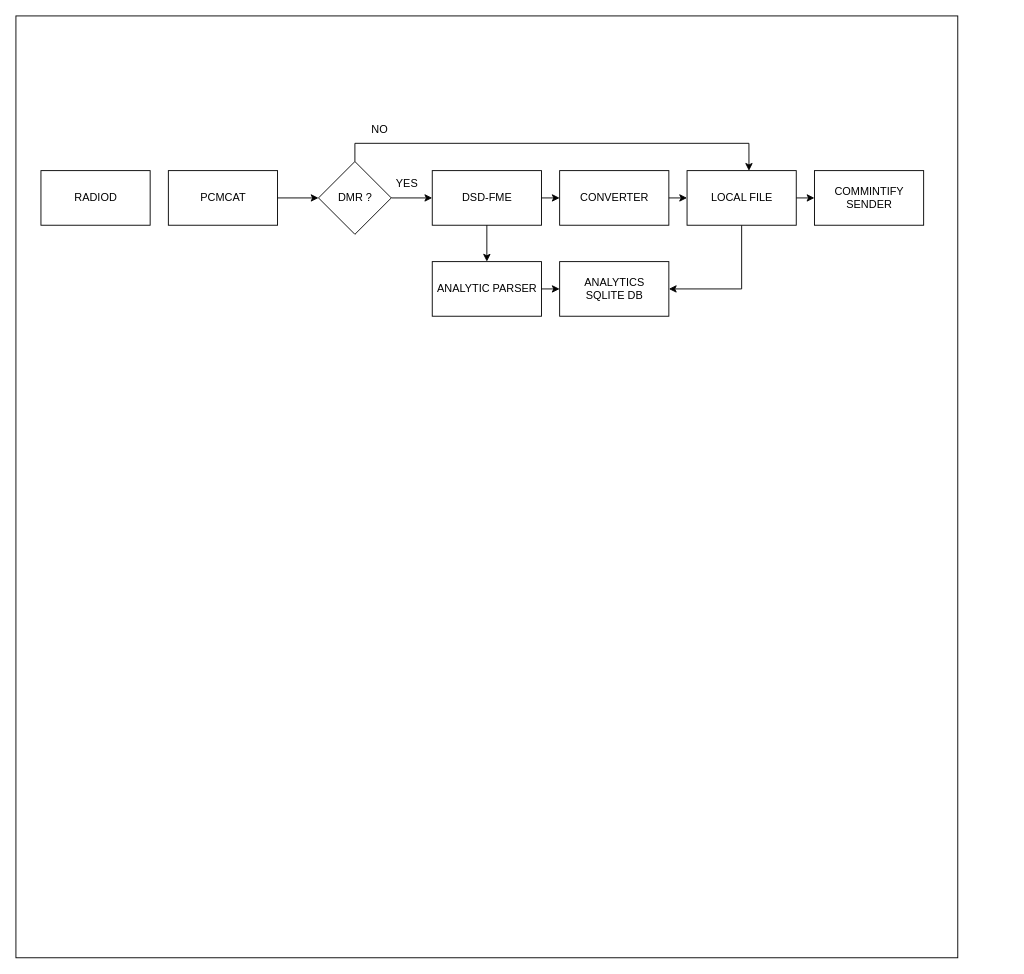
sandric/diagrams keeps this draw.io diagram as Untitled Diagram.drawio. Above is the earlier version. Source tidied: cells renumbered, new cells numbered last; positions are measured from the earlier drawing's top-left corner, leaving out a move shared by most shapes. Both pictures are drawn from the tidied source at 91%, with x=0, y=0 at pixel (15, 15).
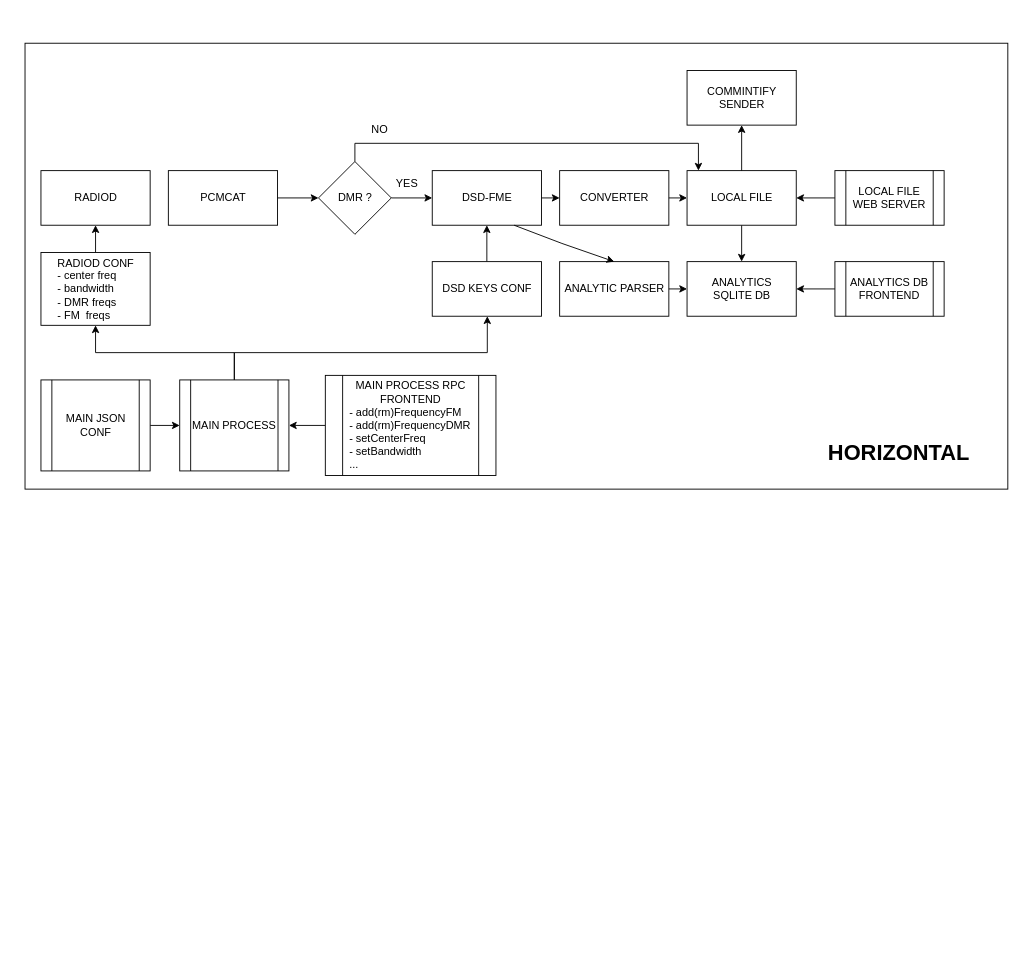
The same page after the edit.

Unchanged cells that the change refers to:
```xml
<mxCell id="3" value="RADIOD" style="rounded=0;whiteSpace=wrap;html=1;" parent="1" vertex="1">
  <mxGeometry x="27.5" y="170" width="120" height="60" as="geometry" />
</mxCell>
<mxCell id="5" value="&lt;div&gt;DSD-FME&lt;/div&gt;" style="rounded=0;whiteSpace=wrap;html=1;" parent="1" vertex="1">
  <mxGeometry x="457.5" y="170" width="120" height="60" as="geometry" />
</mxCell>
<mxCell id="8" value="DMR ?" style="rhombus;whiteSpace=wrap;html=1;" parent="1" vertex="1">
  <mxGeometry x="332.5" y="160" width="80" height="80" as="geometry" />
</mxCell>
<mxCell id="14" value="&lt;div&gt;LOCAL FILE&lt;/div&gt;" style="rounded=0;whiteSpace=wrap;html=1;" parent="1" vertex="1">
  <mxGeometry x="737.5" y="170" width="120" height="60" as="geometry" />
</mxCell>
```

Change to the diagram source:
```diff
@@
-    <mxCell id="2" style="whiteSpace=wrap;html=1;" parent="1" vertex="1">
-      <mxGeometry width="1035" height="1035" as="geometry" />
-    </mxCell>
@@
     <mxCell id="7" value="&lt;div&gt;COMMINTIFY SENDER&lt;/div&gt;" style="rounded=0;whiteSpace=wrap;html=1;" parent="1" vertex="1">
-      <mxGeometry x="877.5" y="170" width="120" height="60" as="geometry" />
+      <mxGeometry x="737.5" y="60" width="120" height="60" as="geometry" />
     </mxCell>
@@
     <mxCell id="10" value="&lt;div&gt;ANALYTIC PARSER&lt;/div&gt;" style="rounded=0;whiteSpace=wrap;html=1;" parent="1" vertex="1">
-      <mxGeometry x="457.5" y="270" width="120" height="60" as="geometry" />
+      <mxGeometry x="597.5" y="270" width="120" height="60" as="geometry" />
     </mxCell>
     <mxCell id="11" value="&lt;div&gt;ANALYTICS&lt;br&gt;SQLITE DB&lt;/div&gt;" style="rounded=0;whiteSpace=wrap;html=1;" parent="1" vertex="1">
-      <mxGeometry x="597.5" y="270" width="120" height="60" as="geometry" />
+      <mxGeometry x="737.5" y="270" width="120" height="60" as="geometry" />
     </mxCell>
@@
-    <mxCell id="13" style="edgeStyle=orthogonalEdgeStyle;rounded=0;jettySize=auto;html=1;exitX=0.5;exitY=1;exitDx=0;exitDy=0;entryX=1;entryY=0.5;entryDx=0;entryDy=0;" parent="1" edge="1" source="14" target="11">
+    <mxCell id="13" style="edgeStyle=orthogonalEdgeStyle;rounded=0;jettySize=auto;html=1;exitX=0.5;exitY=1;exitDx=0;exitDy=0;entryX=0.5;entryY=0;entryDx=0;entryDy=0;" parent="1" edge="1" source="14" target="11">
       <mxGeometry relative="1" as="geometry" />
     </mxCell>
@@
-    <mxCell id="15" style="endArrow=classic;html=1;rounded=0;exitX=0.5;exitY=1;exitDx=0;exitDy=0;" parent="1" edge="1" source="5">
+    <mxCell id="15" style="endArrow=classic;html=1;rounded=0;exitX=0.75;exitY=1;exitDx=0;exitDy=0;entryX=0.5;entryY=0;entryDx=0;entryDy=0;" parent="1" edge="1" source="5" target="10">
       <mxGeometry relative="1" as="geometry">
-        <mxPoint x="517.5" y="270" as="targetPoint" />
+        <Array as="points">
+          <mxPoint x="600" y="250" />
+        </Array>
       </mxGeometry>
     </mxCell>
@@
-    <mxCell id="19" style="endArrow=classic;html=1;rounded=0;exitX=1;exitY=0.5;exitDx=0;exitDy=0;" parent="1" edge="1" source="14" target="7">
+    <mxCell id="19" style="endArrow=classic;html=1;rounded=0;exitX=0.5;exitY=0;exitDx=0;exitDy=0;" parent="1" edge="1" source="14" target="7">
       <mxGeometry relative="1" as="geometry" />
     </mxCell>
-    <mxCell id="20" style="edgeStyle=orthogonalEdgeStyle;rounded=0;jettySize=auto;html=1;exitX=0.5;exitY=0;exitDx=0;exitDy=0;entryX=0.567;entryY=0.003;entryDx=0;entryDy=0;entryPerimeter=0;" parent="1" edge="1" source="8" target="14">
-      <mxGeometry relative="1" as="geometry" />
+    <mxCell id="20" style="edgeStyle=orthogonalEdgeStyle;rounded=0;jettySize=auto;html=1;exitX=0.5;exitY=0;exitDx=0;exitDy=0;" parent="1" edge="1" source="8">
+      <mxGeometry relative="1" as="geometry">
+        <mxPoint x="750" y="170" as="targetPoint" />
+        <Array as="points">
+          <mxPoint x="373" y="140" />
+          <mxPoint x="750" y="140" />
+          <mxPoint x="750" y="170" />
+        </Array>
+      </mxGeometry>
     </mxCell>
@@
+    <mxCell id="23" style="edgeStyle=orthogonalEdgeStyle;rounded=0;jettySize=auto;html=1;exitX=0.5;exitY=0;exitDx=0;exitDy=0;entryX=0.5;entryY=1;entryDx=0;entryDy=0;" parent="1" edge="1" source="24" target="3">
+      <mxGeometry relative="1" as="geometry" />
+    </mxCell>
+    <mxCell id="24" value="RADIOD CONF&lt;br&gt;&lt;div&gt;&lt;div align=&quot;left&quot;&gt;- center freq&lt;br&gt;- bandwidth&lt;br&gt;- DMR freqs&lt;br&gt;&lt;/div&gt;&lt;div align=&quot;left&quot;&gt;- FM&amp;nbsp; freqs&lt;br&gt;&lt;/div&gt;&lt;/div&gt;" style="rounded=0;whiteSpace=wrap;html=1;" parent="1" vertex="1">
+      <mxGeometry x="27.5" y="260" width="120" height="80" as="geometry" />
+    </mxCell>
+    <mxCell id="25" style="edgeStyle=orthogonalEdgeStyle;rounded=0;jettySize=auto;html=1;exitX=0.5;exitY=0;exitDx=0;exitDy=0;entryX=0.5;entryY=1;entryDx=0;entryDy=0;" parent="1" edge="1" source="26" target="5">
+      <mxGeometry relative="1" as="geometry" />
+    </mxCell>
+    <mxCell id="26" value="DSD KEYS CONF" style="rounded=0;whiteSpace=wrap;html=1;" parent="1" vertex="1">
+      <mxGeometry x="457.5" y="270" width="120" height="60" as="geometry" />
+    </mxCell>
+    <mxCell id="27" style="edgeStyle=orthogonalEdgeStyle;rounded=0;jettySize=auto;html=1;exitX=1;exitY=0.5;exitDx=0;exitDy=0;entryX=0;entryY=0.5;entryDx=0;entryDy=0;" parent="1" edge="1" source="28" target="31">
+      <mxGeometry relative="1" as="geometry" />
+    </mxCell>
+    <mxCell id="28" value="MAIN JSON CONF" style="shape=process;whiteSpace=wrap;html=1;backgroundOutline=1;" parent="1" vertex="1">
+      <mxGeometry x="27.5" y="400" width="120" height="100" as="geometry" />
+    </mxCell>
+    <mxCell id="29" style="edgeStyle=orthogonalEdgeStyle;rounded=0;jettySize=auto;html=1;exitX=0.5;exitY=0;exitDx=0;exitDy=0;entryX=0.5;entryY=1;entryDx=0;entryDy=0;" parent="1" edge="1" source="31" target="24">
+      <mxGeometry relative="1" as="geometry" />
+    </mxCell>
+    <mxCell id="30" style="edgeStyle=orthogonalEdgeStyle;rounded=0;jettySize=auto;html=1;exitX=0.5;exitY=0;exitDx=0;exitDy=0;" parent="1" edge="1" source="31" target="26">
+      <mxGeometry relative="1" as="geometry">
+        <Array as="points">
+          <mxPoint x="240" y="370" />
+          <mxPoint x="518" y="370" />
+        </Array>
+      </mxGeometry>
+    </mxCell>
+    <mxCell id="31" value="&lt;div&gt;MAIN PROCESS&lt;/div&gt;" style="shape=process;whiteSpace=wrap;html=1;backgroundOutline=1;" parent="1" vertex="1">
+      <mxGeometry x="180" y="400" width="120" height="100" as="geometry" />
+    </mxCell>
+    <mxCell id="32" style="edgeStyle=orthogonalEdgeStyle;rounded=0;jettySize=auto;html=1;exitX=0;exitY=0.5;exitDx=0;exitDy=0;entryX=1;entryY=0.5;entryDx=0;entryDy=0;" parent="1" edge="1" source="33" target="31">
+      <mxGeometry relative="1" as="geometry" />
+    </mxCell>
+    <mxCell id="33" value="&lt;div&gt;MAIN PROCESS RPC FRONTEND&lt;/div&gt;&lt;div align=&quot;left&quot;&gt;&amp;nbsp; - add(rm)FrequencyFM&lt;/div&gt;&lt;div align=&quot;left&quot;&gt;&amp;nbsp; - add(rm)FrequencyDMR&lt;/div&gt;&lt;div align=&quot;left&quot;&gt;&amp;nbsp; - setCenterFreq&lt;/div&gt;&lt;div align=&quot;left&quot;&gt;&amp;nbsp; - setBandwidth&lt;/div&gt;&lt;div align=&quot;left&quot;&gt;&amp;nbsp; ...&lt;br&gt;&lt;/div&gt;" style="shape=process;whiteSpace=wrap;html=1;backgroundOutline=1;" parent="1" vertex="1">
+      <mxGeometry x="340" y="395" width="187.5" height="110" as="geometry" />
+    </mxCell>
+    <mxCell id="34" style="edgeStyle=orthogonalEdgeStyle;rounded=0;jettySize=auto;html=1;exitX=0;exitY=0.5;exitDx=0;exitDy=0;entryX=1;entryY=0.5;entryDx=0;entryDy=0;" parent="1" edge="1" source="35" target="14">
+      <mxGeometry relative="1" as="geometry" />
+    </mxCell>
+    <mxCell id="35" value="LOCAL FILE WEB SERVER" style="shape=process;whiteSpace=wrap;html=1;backgroundOutline=1;" parent="1" vertex="1">
+      <mxGeometry x="900" y="170" width="120" height="60" as="geometry" />
+    </mxCell>
+    <mxCell id="36" style="edgeStyle=orthogonalEdgeStyle;rounded=0;jettySize=auto;html=1;exitX=0;exitY=0.5;exitDx=0;exitDy=0;entryX=1;entryY=0.5;entryDx=0;entryDy=0;" parent="1" edge="1" source="37" target="11">
+      <mxGeometry relative="1" as="geometry" />
+    </mxCell>
+    <mxCell id="37" value="&lt;div&gt;ANALYTICS DB FRONTEND&lt;/div&gt;" style="shape=process;whiteSpace=wrap;html=1;backgroundOutline=1;" parent="1" vertex="1">
+      <mxGeometry x="900" y="270" width="120" height="60" as="geometry" />
+    </mxCell>
+    <mxCell id="38" style="rounded=0;whiteSpace=wrap;html=1;fillColor=none;" parent="1" vertex="1">
+      <mxGeometry x="10" y="30" width="1080" height="490" as="geometry" />
+    </mxCell>
+    <mxCell id="39" value="HORIZONTAL" style="text;strokeColor=none;fillColor=none;html=1;fontSize=24;fontStyle=1;verticalAlign=middle;align=center;" parent="1" vertex="1">
+      <mxGeometry x="920" y="460" width="100" height="40" as="geometry" />
+    </mxCell>
```
